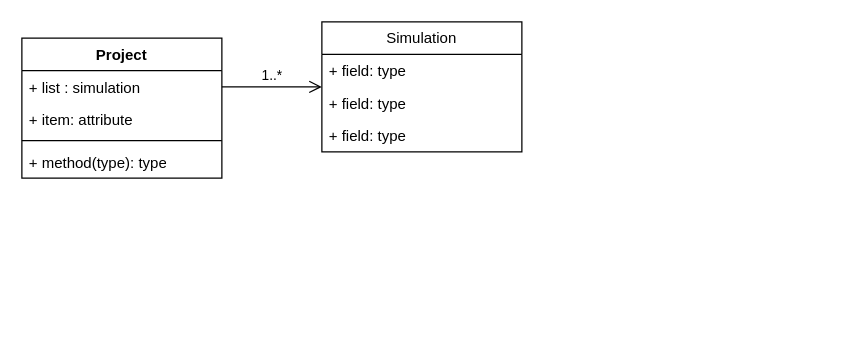
hc7/T2024 keeps this draw.io diagram as class_Diagram1.drawio. Above is the earlier version. Source tidied: cells renumbered, new cells numbered last; positions are measured from the earlier drawing's top-left corner, leaving out a move shared by most shapes. Both pictures are drawn from the tidied source at 125%, with x=0, y=0 at pixel (21, 21).
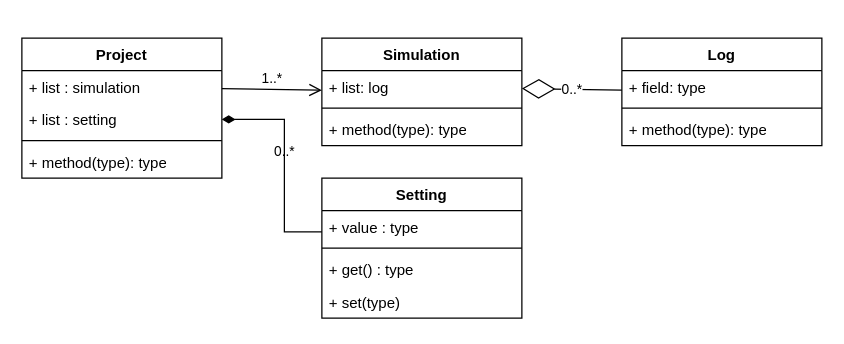
After the change.

The change refers to these unchanged cells:
```xml
<mxCell id="2" value="Project" style="swimlane;fontStyle=1;align=center;verticalAlign=top;horizontal=1;startSize=26;whiteSpace=wrap;html=1;" parent="1" vertex="1">
  <mxGeometry y="13" width="160" height="112" as="geometry" />
</mxCell>
<mxCell id="3" value="+ list : simulation" style="text;strokeColor=none;fillColor=none;align=left;verticalAlign=top;spacingLeft=4;spacingRight=4;overflow=hidden;points=[[0,0.5],[1,0.5]];portConstraint=eastwest;whiteSpace=wrap;html=1;" parent="2" vertex="1">
  <mxGeometry y="26" width="160" height="26" as="geometry" />
</mxCell>
```

What changed in the source:
```diff
@@
-    <mxCell id="4" value="+ item: attribute" style="text;strokeColor=none;fillColor=none;align=left;verticalAlign=top;spacingLeft=4;spacingRight=4;overflow=hidden;points=[[0,0.5],[1,0.5]];portConstraint=eastwest;whiteSpace=wrap;html=1;" parent="2" vertex="1">
+    <mxCell id="4" value="+ list : setting" style="text;strokeColor=none;fillColor=none;align=left;verticalAlign=top;spacingLeft=4;spacingRight=4;overflow=hidden;points=[[0,0.5],[1,0.5]];portConstraint=eastwest;whiteSpace=wrap;html=1;" parent="2" vertex="1">
       <mxGeometry y="52" width="160" height="26" as="geometry" />
     </mxCell>
@@
+    <mxCell id="11" value="1..*" style="endArrow=open;startArrow=none;endFill=0;startFill=0;endSize=8;html=1;verticalAlign=bottom;labelBackgroundColor=none;strokeWidth=1;rounded=0;" parent="1" edge="1" source="3" target="7">
+      <mxGeometry relative="1" as="geometry" />
+    </mxCell>
+    <mxCell id="12" value="Log" style="swimlane;fontStyle=1;align=center;verticalAlign=top;horizontal=1;startSize=26;whiteSpace=wrap;html=1;" parent="1" vertex="1">
+      <mxGeometry x="480" y="13" width="160" height="86" as="geometry" />
+    </mxCell>
+    <mxCell id="8" value="+ field: type" style="text;strokeColor=none;fillColor=none;align=left;verticalAlign=top;spacingLeft=4;spacingRight=4;overflow=hidden;whiteSpace=wrap;html=1;" parent="12" vertex="1">
+      <mxGeometry y="26" width="160" height="26" as="geometry" />
+    </mxCell>
+    <mxCell id="13" style="line;strokeWidth=1;fillColor=none;align=left;verticalAlign=middle;spacingTop=-1;spacingLeft=3;spacingRight=3;labelPosition=right;strokeColor=inherit;" parent="12" vertex="1">
+      <mxGeometry y="52" width="160" height="8" as="geometry" />
+    </mxCell>
+    <mxCell id="14" value="+ method(type): type" style="text;strokeColor=none;fillColor=none;align=left;verticalAlign=top;spacingLeft=4;spacingRight=4;overflow=hidden;whiteSpace=wrap;html=1;" parent="12" vertex="1">
+      <mxGeometry y="60" width="160" height="26" as="geometry" />
+    </mxCell>
-    <mxCell id="7" value="Simulation" style="swimlane;fontStyle=0;horizontal=1;startSize=26;fillColor=none;whiteSpace=wrap;html=1;" parent="1" vertex="1">
-      <mxGeometry x="240" width="160" height="104" as="geometry" />
+    <mxCell id="7" value="Simulation" style="swimlane;fontStyle=1;align=center;verticalAlign=top;horizontal=1;startSize=26;whiteSpace=wrap;html=1;" parent="1" vertex="1">
+      <mxGeometry x="240" y="13" width="160" height="86" as="geometry" />
     </mxCell>
-    <mxCell id="8" value="+ field: type" style="text;strokeColor=none;fillColor=none;align=left;verticalAlign=top;spacingLeft=4;spacingRight=4;overflow=hidden;whiteSpace=wrap;html=1;" parent="7" vertex="1">
-      <mxGeometry y="26" width="160" height="26" as="geometry" />
-    </mxCell>
-    <mxCell id="9" value="+ field: type" style="text;strokeColor=none;fillColor=none;align=left;verticalAlign=top;spacingLeft=4;spacingRight=4;overflow=hidden;whiteSpace=wrap;html=1;" parent="7" vertex="1">
-      <mxGeometry y="52" width="160" height="26" as="geometry" />
-    </mxCell>
-    <mxCell id="10" value="+ field: type" style="text;strokeColor=none;fillColor=none;align=left;verticalAlign=top;spacingLeft=4;spacingRight=4;overflow=hidden;whiteSpace=wrap;html=1;" parent="7" vertex="1">
-      <mxGeometry y="78" width="160" height="26" as="geometry" />
-    </mxCell>
-    <mxCell id="11" value="1..*" style="endArrow=open;startArrow=none;endFill=0;startFill=0;endSize=8;html=1;verticalAlign=bottom;labelBackgroundColor=none;strokeWidth=1;rounded=0;" parent="1" edge="1" source="3" target="7">
-      <mxGeometry relative="1" as="geometry" />
-    </mxCell>
+    <mxCell id="15" value="+ list: log" style="text;strokeColor=none;fillColor=none;align=left;verticalAlign=top;spacingLeft=4;spacingRight=4;overflow=hidden;points=[[0,0.5],[1,0.5]];portConstraint=eastwest;whiteSpace=wrap;html=1;" parent="7" vertex="1">
+      <mxGeometry y="26" width="160" height="26" as="geometry" />
+    </mxCell>
+    <mxCell id="16" style="line;strokeWidth=1;fillColor=none;align=left;verticalAlign=middle;spacingTop=-1;spacingLeft=3;spacingRight=3;labelPosition=right;strokeColor=inherit;" parent="7" vertex="1">
+      <mxGeometry y="52" width="160" height="8" as="geometry" />
+    </mxCell>
+    <mxCell id="17" value="+ method(type): type" style="text;strokeColor=none;fillColor=none;align=left;verticalAlign=top;spacingLeft=4;spacingRight=4;overflow=hidden;whiteSpace=wrap;html=1;" parent="7" vertex="1">
+      <mxGeometry y="60" width="160" height="26" as="geometry" />
+    </mxCell>
+    <mxCell id="18" value="0..*" style="endArrow=diamondThin;endFill=0;endSize=24;html=1;rounded=0;" parent="1" edge="1" source="12" target="15">
+      <mxGeometry relative="1" as="geometry" />
+    </mxCell>
+    <mxCell id="19" value="0..*" style="endArrow=none;startArrow=diamondThin;endFill=0;startFill=1;html=1;verticalAlign=bottom;labelBackgroundColor=none;strokeWidth=1;startSize=8;endSize=8;rounded=0;edgeStyle=orthogonalEdgeStyle;" parent="1" edge="1" source="4" target="20">
+      <mxGeometry relative="1" as="geometry">
+        <Array as="points">
+          <mxPoint x="210" y="78" />
+          <mxPoint x="210" y="168" />
+        </Array>
+      </mxGeometry>
+    </mxCell>
+    <mxCell id="20" value="Setting" style="swimlane;fontStyle=1;align=center;verticalAlign=top;horizontal=1;startSize=26;whiteSpace=wrap;html=1;" parent="1" vertex="1">
+      <mxGeometry x="240" y="125" width="160" height="112" as="geometry" />
+    </mxCell>
+    <mxCell id="21" value="+ value : type" style="text;strokeColor=none;fillColor=none;align=left;verticalAlign=top;spacingLeft=4;spacingRight=4;overflow=hidden;whiteSpace=wrap;html=1;" parent="20" vertex="1">
+      <mxGeometry y="26" width="160" height="26" as="geometry" />
+    </mxCell>
+    <mxCell id="22" style="line;strokeWidth=1;fillColor=none;align=left;verticalAlign=middle;spacingTop=-1;spacingLeft=3;spacingRight=3;labelPosition=right;strokeColor=inherit;" parent="20" vertex="1">
+      <mxGeometry y="52" width="160" height="8" as="geometry" />
+    </mxCell>
+    <mxCell id="23" value="+ get() : type" style="text;strokeColor=none;fillColor=none;align=left;verticalAlign=top;spacingLeft=4;spacingRight=4;overflow=hidden;whiteSpace=wrap;html=1;" parent="20" vertex="1">
+      <mxGeometry y="60" width="160" height="26" as="geometry" />
+    </mxCell>
+    <mxCell id="24" value="+ set(type)" style="text;strokeColor=none;fillColor=none;align=left;verticalAlign=top;spacingLeft=4;spacingRight=4;overflow=hidden;whiteSpace=wrap;html=1;" parent="20" vertex="1">
+      <mxGeometry y="86" width="160" height="26" as="geometry" />
+    </mxCell>
```
